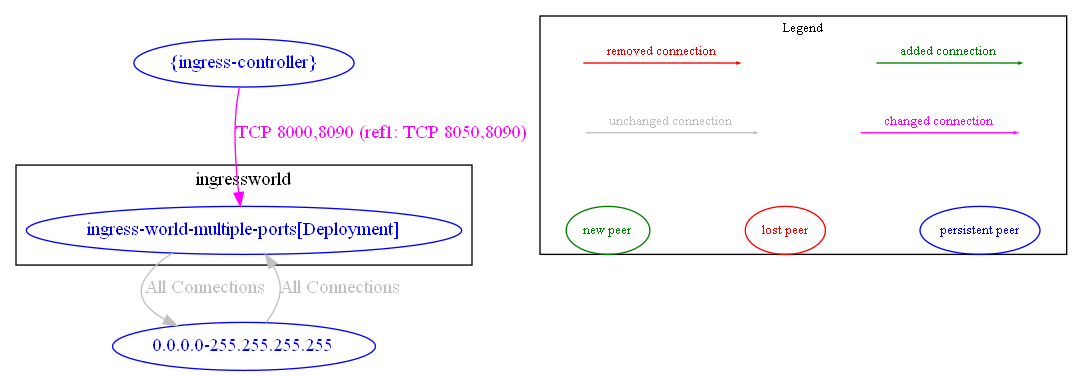
Before: test_outputs/diff/diff_between_multiple_ingress_objects_with_different_ports_new_and_multiple_ingress_objects_with_different_ports.dot.png, a diagram exported from Graphviz (np-guard/netpol-analyzer). Its source is kept beside it as test_outputs/diff/diff_between_multiple_ingress_objects_with_different_ports_new_and_multiple_ingress_objects_with_different_ports.dot.
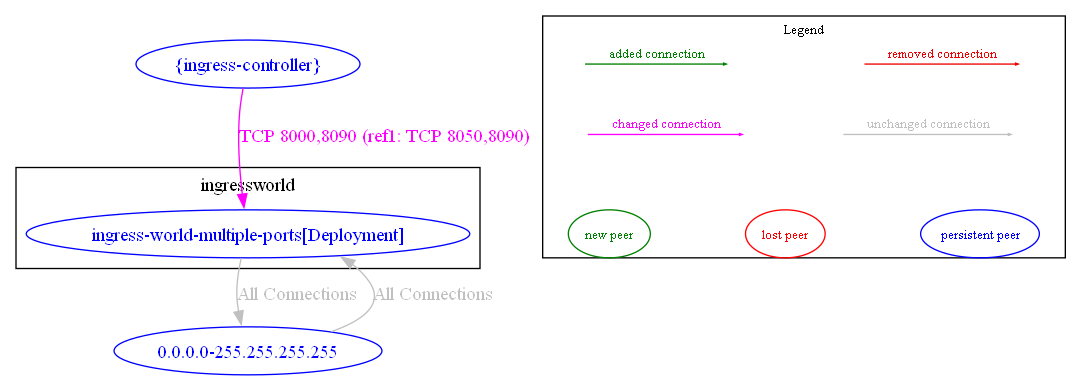
Later version of the same file.

Change to the diagram source:
```diff
@@ -5,9 +5,9 @@
 	}
 	"0.0.0.0-255.255.255.255" [label="0.0.0.0-255.255.255.255" color="blue" fontcolor="blue"]
 	"{ingress-controller}" [label="{ingress-controller}" color="blue" fontcolor="blue"]
-	"0.0.0.0-255.255.255.255" -> "ingressworld/ingress-world-multiple-ports[Deployment]" [label="All Connections" color="grey" fontcolor="grey"]
-	"ingressworld/ingress-world-multiple-ports[Deployment]" -> "0.0.0.0-255.255.255.255" [label="All Connections" color="grey" fontcolor="grey"]
-	"{ingress-controller}" -> "ingressworld/ingress-world-multiple-ports[Deployment]" [label="TCP 8000,8090 (ref1: TCP 8050,8090)" color="magenta" fontcolor="magenta"]
+	"0.0.0.0-255.255.255.255" -> "ingressworld/ingress-world-multiple-ports[Deployment]" [label="All Connections" color="grey" fontcolor="grey" weight=0.5]
+	"ingressworld/ingress-world-multiple-ports[Deployment]" -> "0.0.0.0-255.255.255.255" [label="All Connections" color="grey" fontcolor="grey" weight=1]
+	"{ingress-controller}" -> "ingressworld/ingress-world-multiple-ports[Deployment]" [label="TCP 8000,8090 (ref1: TCP 8050,8090)" color="magenta" fontcolor="magenta" weight=1]
 	nodesep=0.5
 	subgraph cluster_legend {
 		label="Legend"
```
